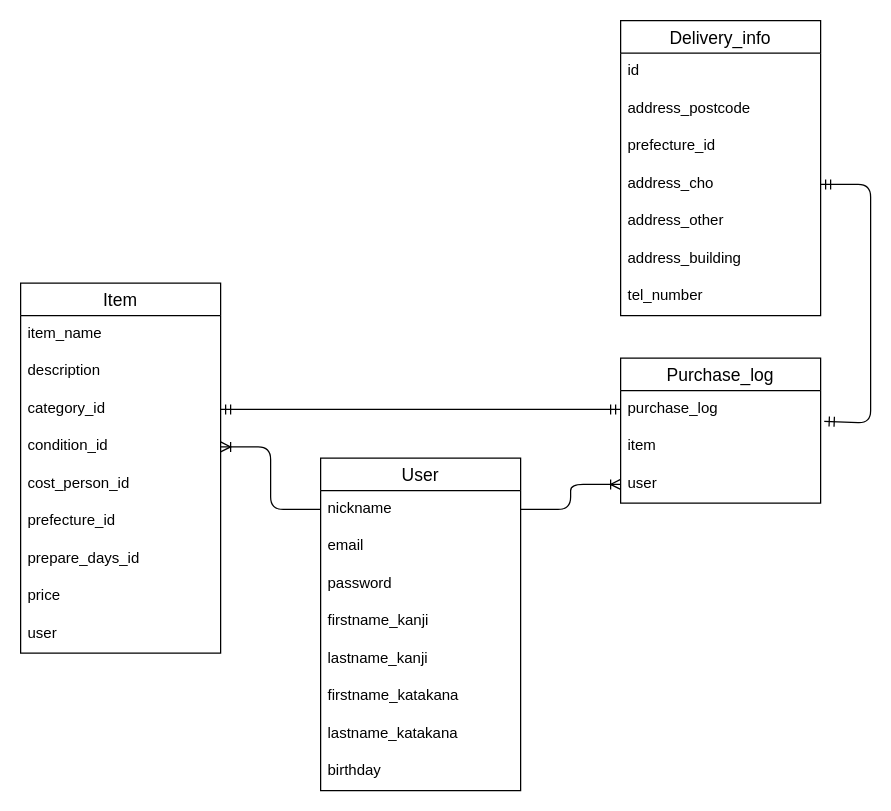
Above: ER.dio in mya-24/furima-38421 (draw.io), before the change. Source tidied: cells renumbered, new cells numbered last; positions are measured from the earlier drawing's top-left corner, leaving out a move shared by most shapes. Both pictures are drawn from the tidied source at 125%, with x=0, y=0 at pixel (20, 20).
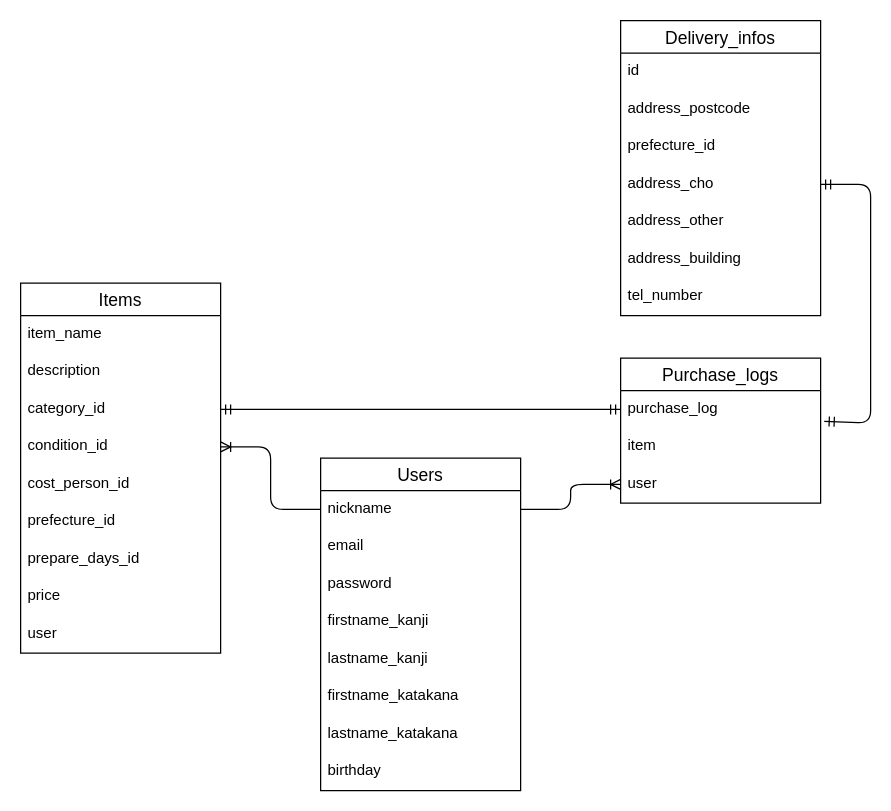
Above is the later version.

Commit message:
DB修正_20221230_2_ER図修正

Change to the diagram source:
```diff
@@
-    <mxCell id="2" value="User" style="swimlane;fontStyle=0;horizontal=1;startSize=26;align=center;fontSize=14;" parent="1" vertex="1">
+    <mxCell id="2" value="Users" style="swimlane;fontStyle=0;horizontal=1;startSize=26;align=center;fontSize=14;" parent="1" vertex="1">
       <mxGeometry x="240" y="350" width="160" height="266" as="geometry" />
     </mxCell>
@@
-    <mxCell id="11" value="Item" style="swimlane;fontStyle=0;horizontal=1;startSize=26;align=center;fontSize=14;" parent="1" vertex="1">
+    <mxCell id="11" value="Items" style="swimlane;fontStyle=0;horizontal=1;startSize=26;align=center;fontSize=14;" parent="1" vertex="1">
       <mxGeometry y="210" width="160" height="296" as="geometry" />
     </mxCell>
@@
-    <mxCell id="21" value="Purchase_log" style="swimlane;fontStyle=0;horizontal=1;startSize=26;align=center;fontSize=14;" parent="1" vertex="1">
+    <mxCell id="21" value="Purchase_logs" style="swimlane;fontStyle=0;horizontal=1;startSize=26;align=center;fontSize=14;" parent="1" vertex="1">
       <mxGeometry x="480" y="270" width="160" height="116" as="geometry" />
     </mxCell>
@@
-    <mxCell id="25" value="Delivery_info" style="swimlane;fontStyle=0;horizontal=1;startSize=26;align=center;fontSize=14;" parent="1" vertex="1">
+    <mxCell id="25" value="Delivery_infos" style="swimlane;fontStyle=0;horizontal=1;startSize=26;align=center;fontSize=14;" parent="1" vertex="1">
       <mxGeometry x="480" width="160" height="236" as="geometry" />
     </mxCell>
```
